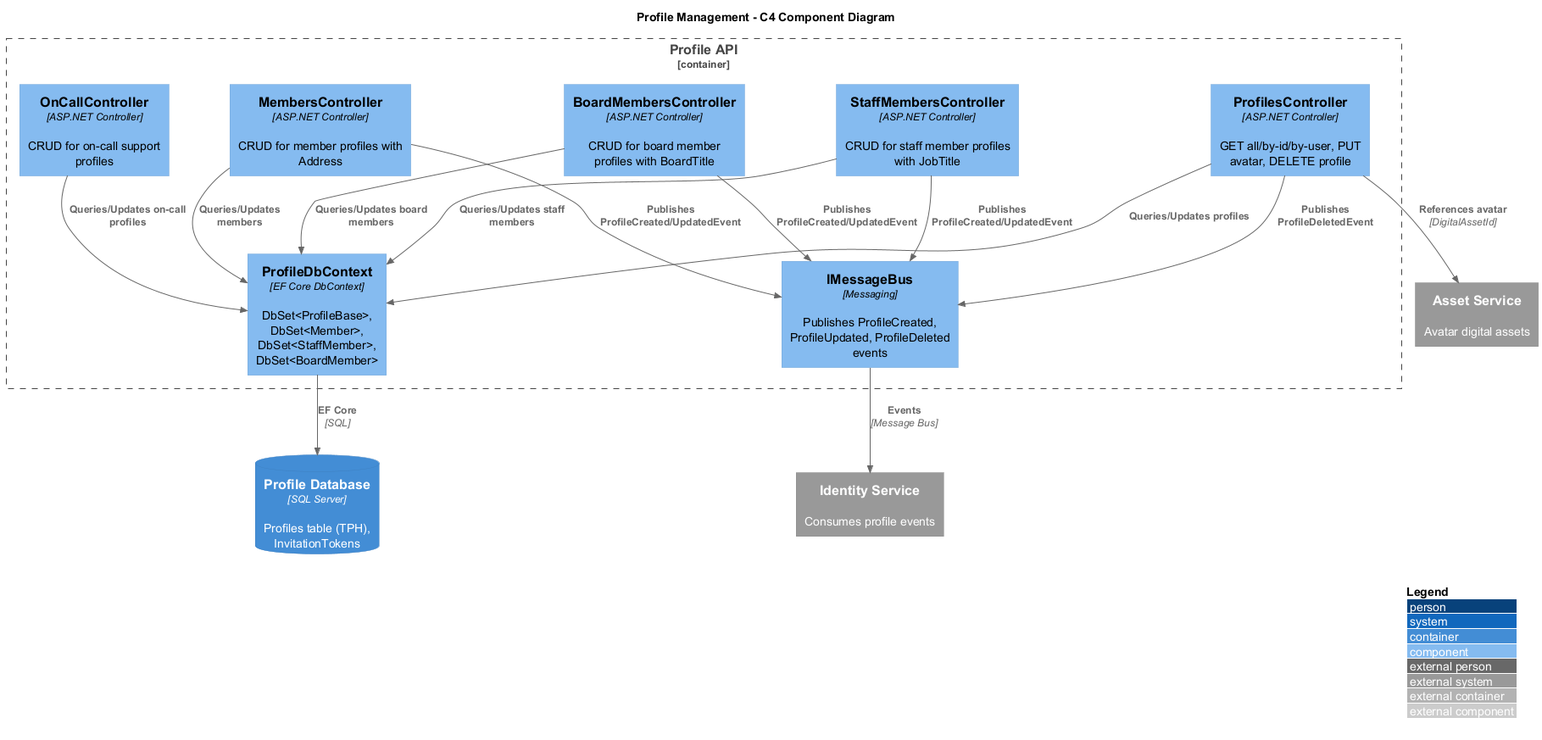
Earlier version of the PlantUML export docs/detailed-designs/04-profile-management/c4-component.png (QuinntyneBrown/Coop). Source of this version:
```plantuml
@startuml c4-component

!include https://raw.githubusercontent.com/plantuml-stdlib/C4-PlantUML/master/C4_Component.puml

LAYOUT_WITH_LEGEND()
LAYOUT_TOP_DOWN()

title Profile Management - C4 Component Diagram

Container_Boundary(profileApi, "Profile API") {
    Component(profilesCtrl, "ProfilesController", "ASP.NET Controller", "GET all/by-id/by-user, PUT avatar, DELETE profile")
    Component(boardCtrl, "BoardMembersController", "ASP.NET Controller", "CRUD for board member profiles with BoardTitle")
    Component(membersCtrl, "MembersController", "ASP.NET Controller", "CRUD for member profiles with Address")
    Component(staffCtrl, "StaffMembersController", "ASP.NET Controller", "CRUD for staff member profiles with JobTitle")
    Component(onCallCtrl, "OnCallController", "ASP.NET Controller", "CRUD for on-call support profiles")
    Component(dbContext, "ProfileDbContext", "EF Core DbContext", "DbSet<ProfileBase>, DbSet<Member>, DbSet<StaffMember>, DbSet<BoardMember>")
    Component(messageBus, "IMessageBus", "Messaging", "Publishes ProfileCreated, ProfileUpdated, ProfileDeleted events")
}

ContainerDb(db, "Profile Database", "SQL Server", "Profiles table (TPH), InvitationTokens")
System_Ext(identitySvc, "Identity Service", "Consumes profile events")
System_Ext(assetSvc, "Asset Service", "Avatar digital assets")

Rel(profilesCtrl, dbContext, "Queries/Updates profiles")
Rel(boardCtrl, dbContext, "Queries/Updates board members")
Rel(membersCtrl, dbContext, "Queries/Updates members")
Rel(staffCtrl, dbContext, "Queries/Updates staff members")
Rel(onCallCtrl, dbContext, "Queries/Updates on-call profiles")

Rel(profilesCtrl, messageBus, "Publishes ProfileDeletedEvent")
Rel(boardCtrl, messageBus, "Publishes ProfileCreated/UpdatedEvent")
Rel(membersCtrl, messageBus, "Publishes ProfileCreated/UpdatedEvent")
Rel(staffCtrl, messageBus, "Publishes ProfileCreated/UpdatedEvent")

Rel(dbContext, db, "EF Core", "SQL")
Rel(messageBus, identitySvc, "Events", "Message Bus")
Rel(profilesCtrl, assetSvc, "References avatar", "DigitalAssetId")

@enduml
```
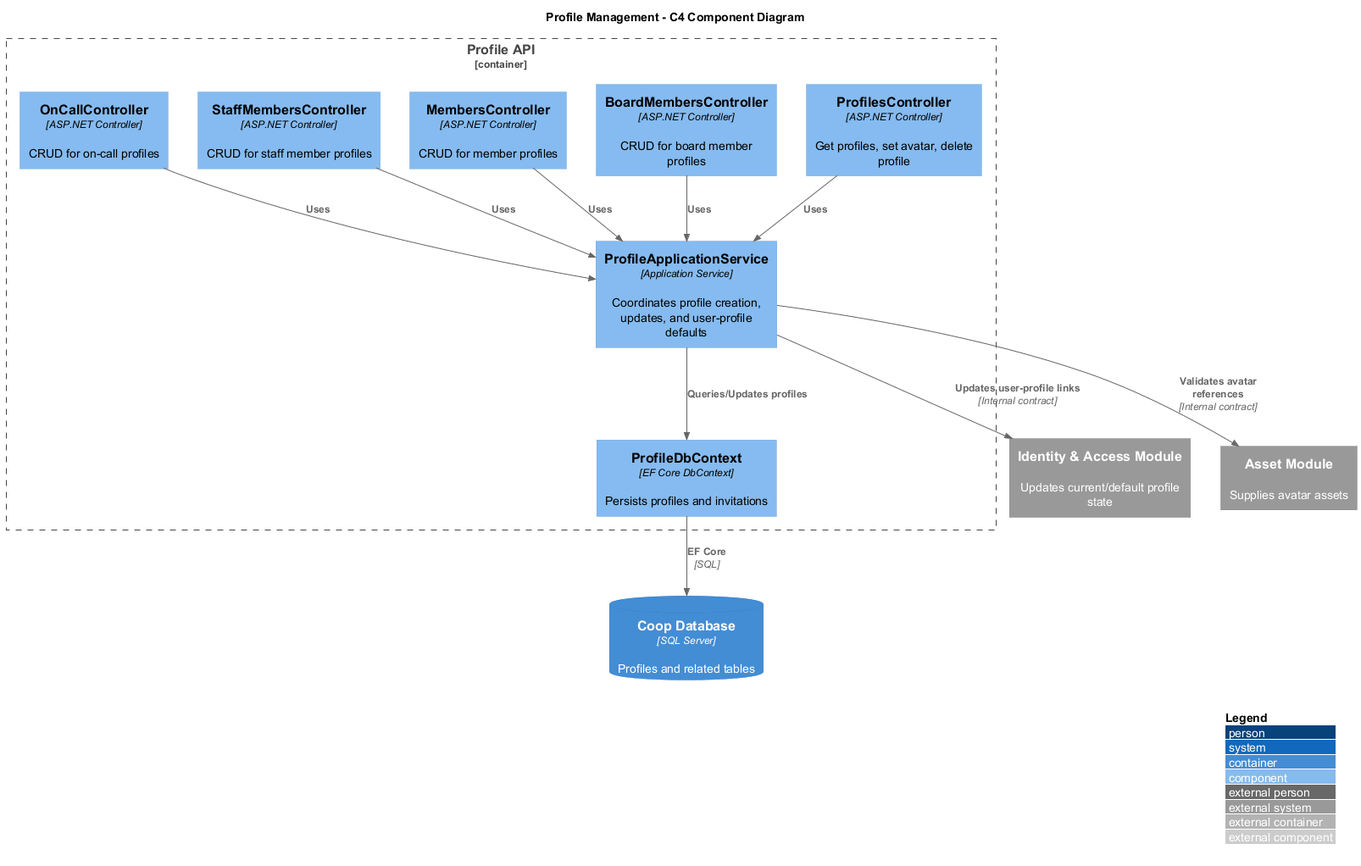
After the change.

What changed in the source:
```diff
@@ -8,32 +8,27 @@
 title Profile Management - C4 Component Diagram
 
 Container_Boundary(profileApi, "Profile API") {
-    Component(profilesCtrl, "ProfilesController", "ASP.NET Controller", "GET all/by-id/by-user, PUT avatar, DELETE profile")
-    Component(boardCtrl, "BoardMembersController", "ASP.NET Controller", "CRUD for board member profiles with BoardTitle")
-    Component(membersCtrl, "MembersController", "ASP.NET Controller", "CRUD for member profiles with Address")
-    Component(staffCtrl, "StaffMembersController", "ASP.NET Controller", "CRUD for staff member profiles with JobTitle")
-    Component(onCallCtrl, "OnCallController", "ASP.NET Controller", "CRUD for on-call support profiles")
-    Component(dbContext, "ProfileDbContext", "EF Core DbContext", "DbSet<ProfileBase>, DbSet<Member>, DbSet<StaffMember>, DbSet<BoardMember>")
-    Component(messageBus, "IMessageBus", "Messaging", "Publishes ProfileCreated, ProfileUpdated, ProfileDeleted events")
+    Component(profilesCtrl, "ProfilesController", "ASP.NET Controller", "Get profiles, set avatar, delete profile")
+    Component(boardCtrl, "BoardMembersController", "ASP.NET Controller", "CRUD for board member profiles")
+    Component(membersCtrl, "MembersController", "ASP.NET Controller", "CRUD for member profiles")
+    Component(staffCtrl, "StaffMembersController", "ASP.NET Controller", "CRUD for staff member profiles")
+    Component(onCallCtrl, "OnCallController", "ASP.NET Controller", "CRUD for on-call profiles")
+    Component(profileAppSvc, "ProfileApplicationService", "Application Service", "Coordinates profile creation, updates, and user-profile defaults")
+    Component(dbContext, "ProfileDbContext", "EF Core DbContext", "Persists profiles and invitations")
 }
 
-ContainerDb(db, "Profile Database", "SQL Server", "Profiles table (TPH), InvitationTokens")
-System_Ext(identitySvc, "Identity Service", "Consumes profile events")
-System_Ext(assetSvc, "Asset Service", "Avatar digital assets")
+ContainerDb(db, "Coop Database", "SQL Server", "Profiles and related tables")
+System_Ext(identityModule, "Identity & Access Module", "Updates current/default profile state")
+System_Ext(assetModule, "Asset Module", "Supplies avatar assets")
 
-Rel(profilesCtrl, dbContext, "Queries/Updates profiles")
-Rel(boardCtrl, dbContext, "Queries/Updates board members")
-Rel(membersCtrl, dbContext, "Queries/Updates members")
-Rel(staffCtrl, dbContext, "Queries/Updates staff members")
-Rel(onCallCtrl, dbContext, "Queries/Updates on-call profiles")
-
-Rel(profilesCtrl, messageBus, "Publishes ProfileDeletedEvent")
-Rel(boardCtrl, messageBus, "Publishes ProfileCreated/UpdatedEvent")
-Rel(membersCtrl, messageBus, "Publishes ProfileCreated/UpdatedEvent")
-Rel(staffCtrl, messageBus, "Publishes ProfileCreated/UpdatedEvent")
-
+Rel(profilesCtrl, profileAppSvc, "Uses")
+Rel(boardCtrl, profileAppSvc, "Uses")
+Rel(membersCtrl, profileAppSvc, "Uses")
+Rel(staffCtrl, profileAppSvc, "Uses")
+Rel(onCallCtrl, profileAppSvc, "Uses")
+Rel(profileAppSvc, dbContext, "Queries/Updates profiles")
 Rel(dbContext, db, "EF Core", "SQL")
-Rel(messageBus, identitySvc, "Events", "Message Bus")
-Rel(profilesCtrl, assetSvc, "References avatar", "DigitalAssetId")
+Rel(profileAppSvc, identityModule, "Updates user-profile links", "Internal contract")
+Rel(profileAppSvc, assetModule, "Validates avatar references", "Internal contract")
 
 @enduml
```
